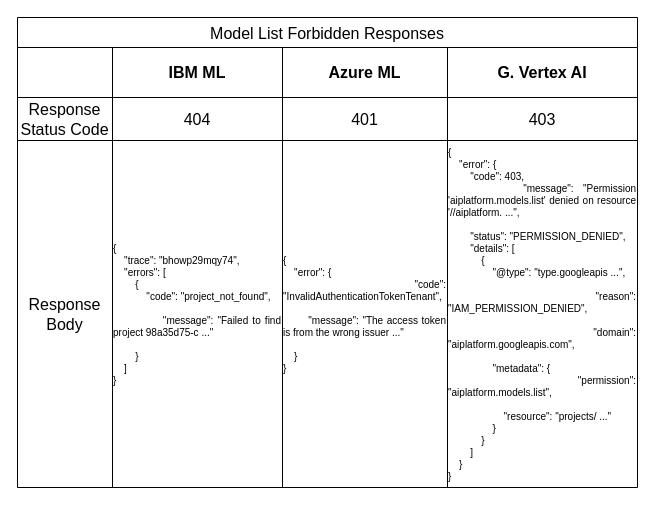
Earlier version of the draw.io diagram thematic_analysis/examples/ForbiddenResponses.drawio (ruizsalvat/Master-Project-Information-Sciences). Source tidied: cells renumbered, new cells numbered last; positions are measured from the earlier drawing's top-left corner, leaving out a move shared by most shapes. Both pictures are drawn from the tidied source at 100%, with x=0, y=0 at pixel (17, 17).
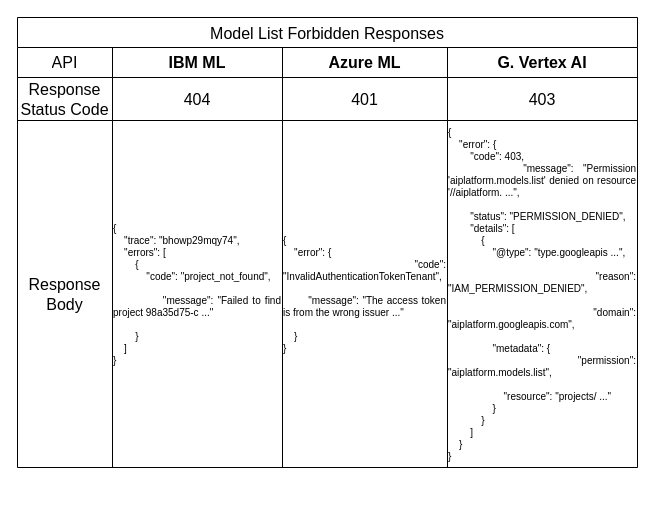
The same diagram, later.

The edit, as a diff of the source:
```diff
@@
 <mxGraphModel>
   <root>
     <mxCell id="0" />
     <mxCell id="1" parent="0" />
     <mxCell id="2" value="Model List Forbidden Responses" style="shape=table;startSize=30;childLayout=tableLayout;strokeColor=default;fontSize=16;" parent="1" vertex="1">
-      <mxGeometry width="620" height="470" as="geometry" />
+      <mxGeometry width="620" height="450" as="geometry" />
     </mxCell>
     <mxCell id="3" style="shape=tableRow;horizontal=0;startSize=0;swimlaneHead=0;swimlaneBody=0;strokeColor=inherit;top=0;left=0;bottom=0;right=0;fillColor=none;fontSize=16;" parent="2" vertex="1">
-      <mxGeometry y="30" width="620" height="50" as="geometry" />
+      <mxGeometry y="30" width="620" height="30" as="geometry" />
     </mxCell>
-    <mxCell id="4" style="shape=partialRectangle;html=1;whiteSpace=wrap;strokeColor=inherit;overflow=hidden;fillColor=none;top=0;left=0;bottom=0;right=0;fontSize=16;" parent="3" vertex="1">
-      <mxGeometry width="95" height="50" as="geometry" />
+    <mxCell id="4" value="API" style="shape=partialRectangle;html=1;whiteSpace=wrap;strokeColor=inherit;overflow=hidden;fillColor=none;top=0;left=0;bottom=0;right=0;fontSize=16;" parent="3" vertex="1">
+      <mxGeometry width="95" height="30" as="geometry" />
     </mxCell>
     <mxCell id="5" value="&lt;b&gt;IBM ML&lt;/b&gt;" style="shape=partialRectangle;html=1;whiteSpace=wrap;strokeColor=inherit;overflow=hidden;fillColor=none;top=0;left=0;bottom=0;right=0;fontSize=16;" parent="3" vertex="1">
-      <mxGeometry x="95" width="170" height="50" as="geometry" />
+      <mxGeometry x="95" width="170" height="30" as="geometry" />
     </mxCell>
     <mxCell id="6" value="&lt;b&gt;Azure ML&lt;/b&gt;" style="shape=partialRectangle;html=1;whiteSpace=wrap;strokeColor=inherit;overflow=hidden;fillColor=none;top=0;left=0;bottom=0;right=0;fontSize=16;" parent="3" vertex="1">
-      <mxGeometry x="265" width="165" height="50" as="geometry" />
+      <mxGeometry x="265" width="165" height="30" as="geometry" />
     </mxCell>
     <mxCell id="7" value="&lt;b&gt;G. Vertex AI&lt;/b&gt;" style="shape=partialRectangle;html=1;whiteSpace=wrap;strokeColor=inherit;overflow=hidden;fillColor=none;top=0;left=0;bottom=0;right=0;fontSize=16;" parent="3" vertex="1">
-      <mxGeometry x="430" width="190" height="50" as="geometry" />
+      <mxGeometry x="430" width="190" height="30" as="geometry" />
     </mxCell>
     <mxCell id="8" style="shape=tableRow;horizontal=0;startSize=0;swimlaneHead=0;swimlaneBody=0;strokeColor=inherit;top=0;left=0;bottom=0;right=0;fillColor=none;fontSize=16;" parent="2" vertex="1">
-      <mxGeometry y="80" width="620" height="43" as="geometry" />
+      <mxGeometry y="60" width="620" height="43" as="geometry" />
     </mxCell>
     <mxCell id="9" value="Response Status Code" style="shape=partialRectangle;html=1;whiteSpace=wrap;strokeColor=inherit;overflow=hidden;fillColor=none;top=0;left=0;bottom=0;right=0;fontSize=16;" parent="8" vertex="1">
       <mxGeometry width="95" height="43" as="geometry" />
     </mxCell>
     <mxCell id="10" value="404" style="shape=partialRectangle;html=1;whiteSpace=wrap;strokeColor=inherit;overflow=hidden;fillColor=none;top=0;left=0;bottom=0;right=0;fontSize=16;" parent="8" vertex="1">
       <mxGeometry x="95" width="170" height="43" as="geometry" />
     </mxCell>
     <mxCell id="11" value="401" style="shape=partialRectangle;html=1;whiteSpace=wrap;strokeColor=inherit;overflow=hidden;fillColor=none;top=0;left=0;bottom=0;right=0;fontSize=16;" parent="8" vertex="1">
       <mxGeometry x="265" width="165" height="43" as="geometry" />
     </mxCell>
     <mxCell id="12" value="403" style="shape=partialRectangle;html=1;whiteSpace=wrap;strokeColor=inherit;overflow=hidden;fillColor=none;top=0;left=0;bottom=0;right=0;fontSize=16;" parent="8" vertex="1">
       <mxGeometry x="430" width="190" height="43" as="geometry" />
     </mxCell>
     <mxCell id="13" style="shape=tableRow;horizontal=0;startSize=0;swimlaneHead=0;swimlaneBody=0;strokeColor=inherit;top=0;left=0;bottom=0;right=0;fillColor=none;fontSize=16;" parent="2" vertex="1">
-      <mxGeometry y="123" width="620" height="347" as="geometry" />
+      <mxGeometry y="103" width="620" height="347" as="geometry" />
     </mxCell>
     <mxCell id="14" value="Response Body" style="shape=partialRectangle;html=1;whiteSpace=wrap;strokeColor=inherit;overflow=hidden;fillColor=none;top=0;left=0;bottom=0;right=0;fontSize=16;" parent="13" vertex="1">
       <mxGeometry width="95" height="347" as="geometry" />
     </mxCell>
     <mxCell id="15" value="&lt;div style=&quot;text-align: justify; font-size: 10px;&quot;&gt;&lt;font style=&quot;font-size: 10px;&quot;&gt;{&lt;/font&gt;&lt;/div&gt;&lt;div style=&quot;text-align: justify; font-size: 10px;&quot;&gt;&lt;font style=&quot;font-size: 10px;&quot;&gt;&amp;nbsp; &amp;nbsp; &quot;trace&quot;: &quot;bhowp29mqy74&quot;,&lt;/font&gt;&lt;/div&gt;&lt;div style=&quot;text-align: justify; font-size: 10px;&quot;&gt;&lt;font style=&quot;font-size: 10px;&quot;&gt;&amp;nbsp; &amp;nbsp; &quot;errors&quot;: [&lt;/font&gt;&lt;/div&gt;&lt;div style=&quot;text-align: justify; font-size: 10px;&quot;&gt;&lt;font style=&quot;font-size: 10px;&quot;&gt;&amp;nbsp; &amp;nbsp; &amp;nbsp; &amp;nbsp; {&lt;/font&gt;&lt;/div&gt;&lt;div style=&quot;text-align: justify; font-size: 10px;&quot;&gt;&lt;font style=&quot;font-size: 10px;&quot;&gt;&amp;nbsp; &amp;nbsp; &amp;nbsp; &amp;nbsp; &amp;nbsp; &amp;nbsp; &quot;code&quot;: &quot;project_not_found&quot;,&lt;/font&gt;&lt;/div&gt;&lt;div style=&quot;text-align: justify; font-size: 10px;&quot;&gt;&lt;font style=&quot;font-size: 10px;&quot;&gt;&lt;br&gt;&lt;/font&gt;&lt;/div&gt;&lt;div style=&quot;text-align: justify; font-size: 10px;&quot;&gt;&lt;font style=&quot;font-size: 10px;&quot;&gt;&amp;nbsp; &amp;nbsp; &amp;nbsp; &amp;nbsp; &amp;nbsp; &amp;nbsp; &quot;message&quot;: &quot;Failed to find project 98a35d75-c ...&quot;&lt;/font&gt;&lt;/div&gt;&lt;div style=&quot;text-align: justify; font-size: 10px;&quot;&gt;&lt;font style=&quot;font-size: 10px;&quot;&gt;&lt;br&gt;&lt;/font&gt;&lt;/div&gt;&lt;div style=&quot;text-align: justify; font-size: 10px;&quot;&gt;&lt;font style=&quot;font-size: 10px;&quot;&gt;&amp;nbsp; &amp;nbsp; &amp;nbsp; &amp;nbsp; }&lt;/font&gt;&lt;/div&gt;&lt;div style=&quot;text-align: justify; font-size: 10px;&quot;&gt;&lt;font style=&quot;font-size: 10px;&quot;&gt;&amp;nbsp; &amp;nbsp; ]&lt;/font&gt;&lt;/div&gt;&lt;div style=&quot;text-align: justify; font-size: 10px;&quot;&gt;&lt;font style=&quot;font-size: 10px;&quot;&gt;}&lt;/font&gt;&lt;/div&gt;" style="shape=partialRectangle;html=1;whiteSpace=wrap;strokeColor=inherit;overflow=hidden;fillColor=none;top=0;left=0;bottom=0;right=0;fontSize=16;" parent="13" vertex="1">
       <mxGeometry x="95" width="170" height="347" as="geometry" />
     </mxCell>
     <mxCell id="16" value="&lt;div style=&quot;text-align: justify; font-size: 10px;&quot;&gt;&lt;font style=&quot;font-size: 10px;&quot;&gt;{&lt;/font&gt;&lt;/div&gt;&lt;div style=&quot;text-align: justify; font-size: 10px;&quot;&gt;&lt;font style=&quot;font-size: 10px;&quot;&gt;&amp;nbsp; &amp;nbsp; &quot;error&quot;: {&lt;/font&gt;&lt;/div&gt;&lt;div style=&quot;text-align: justify; font-size: 10px;&quot;&gt;&lt;font style=&quot;font-size: 10px;&quot;&gt;&amp;nbsp; &amp;nbsp; &amp;nbsp; &amp;nbsp; &quot;code&quot;: &quot;InvalidAuthenticationTokenTenant&quot;,&lt;/font&gt;&lt;/div&gt;&lt;div style=&quot;text-align: justify; font-size: 10px;&quot;&gt;&lt;font style=&quot;font-size: 10px;&quot;&gt;&amp;nbsp;&lt;/font&gt;&lt;/div&gt;&lt;div style=&quot;text-align: justify; font-size: 10px;&quot;&gt;&lt;font style=&quot;font-size: 10px;&quot;&gt;&amp;nbsp;&amp;nbsp; &amp;nbsp; &amp;nbsp; &quot;message&quot;: &quot;The access token is from the wrong issuer ...&quot;&lt;/font&gt;&lt;/div&gt;&lt;div style=&quot;text-align: justify; font-size: 10px;&quot;&gt;&lt;font style=&quot;font-size: 10px;&quot;&gt;&lt;br&gt;&lt;/font&gt;&lt;/div&gt;&lt;div style=&quot;text-align: justify; font-size: 10px;&quot;&gt;&lt;font style=&quot;font-size: 10px;&quot;&gt;&amp;nbsp; &amp;nbsp; }&lt;/font&gt;&lt;/div&gt;&lt;div style=&quot;text-align: justify; font-size: 10px;&quot;&gt;&lt;font style=&quot;font-size: 10px;&quot;&gt;}&lt;/font&gt;&lt;/div&gt;" style="shape=partialRectangle;html=1;whiteSpace=wrap;strokeColor=inherit;overflow=hidden;fillColor=none;top=0;left=0;bottom=0;right=0;fontSize=16;" parent="13" vertex="1">
       <mxGeometry x="265" width="165" height="347" as="geometry" />
     </mxCell>
     <mxCell id="17" value="&lt;div style=&quot;text-align: justify; font-size: 10px;&quot;&gt;&lt;font style=&quot;font-size: 10px;&quot;&gt;{&lt;/font&gt;&lt;/div&gt;&lt;div style=&quot;text-align: justify; font-size: 10px;&quot;&gt;&lt;font style=&quot;font-size: 10px;&quot;&gt;&amp;nbsp; &amp;nbsp; &quot;error&quot;: {&lt;/font&gt;&lt;/div&gt;&lt;div style=&quot;text-align: justify; font-size: 10px;&quot;&gt;&lt;font style=&quot;font-size: 10px;&quot;&gt;&amp;nbsp; &amp;nbsp; &amp;nbsp; &amp;nbsp; &quot;code&quot;: 403,&lt;/font&gt;&lt;/div&gt;&lt;div style=&quot;text-align: justify; font-size: 10px;&quot;&gt;&lt;font style=&quot;font-size: 10px;&quot;&gt;&amp;nbsp; &amp;nbsp; &amp;nbsp; &amp;nbsp; &quot;message&quot;: &quot;Permission 'aiplatform.models.list' denied on resource '//aiplatform. ...&quot;,&lt;/font&gt;&lt;/div&gt;&lt;div style=&quot;text-align: justify; font-size: 10px;&quot;&gt;&lt;font style=&quot;font-size: 10px;&quot;&gt;&lt;br&gt;&lt;/font&gt;&lt;/div&gt;&lt;div style=&quot;text-align: justify; font-size: 10px;&quot;&gt;&lt;font style=&quot;font-size: 10px;&quot;&gt;&amp;nbsp; &amp;nbsp; &amp;nbsp; &amp;nbsp; &quot;status&quot;: &quot;PERMISSION_DENIED&quot;,&lt;/font&gt;&lt;/div&gt;&lt;div style=&quot;text-align: justify; font-size: 10px;&quot;&gt;&lt;font style=&quot;font-size: 10px;&quot;&gt;&amp;nbsp; &amp;nbsp; &amp;nbsp; &amp;nbsp; &quot;details&quot;: [&lt;/font&gt;&lt;/div&gt;&lt;div style=&quot;text-align: justify; font-size: 10px;&quot;&gt;&lt;font style=&quot;font-size: 10px;&quot;&gt;&amp;nbsp; &amp;nbsp; &amp;nbsp; &amp;nbsp; &amp;nbsp; &amp;nbsp; {&lt;/font&gt;&lt;/div&gt;&lt;div style=&quot;text-align: justify; font-size: 10px;&quot;&gt;&lt;font style=&quot;font-size: 10px;&quot;&gt;&amp;nbsp; &amp;nbsp; &amp;nbsp; &amp;nbsp; &amp;nbsp; &amp;nbsp; &amp;nbsp; &amp;nbsp; &quot;@type&quot;: &quot;type.googleapis ...&quot;,&lt;/font&gt;&lt;/div&gt;&lt;div style=&quot;text-align: justify; font-size: 10px;&quot;&gt;&lt;font style=&quot;font-size: 10px;&quot;&gt;&lt;br&gt;&lt;/font&gt;&lt;/div&gt;&lt;div style=&quot;text-align: justify; font-size: 10px;&quot;&gt;&lt;font style=&quot;font-size: 10px;&quot;&gt;&amp;nbsp; &amp;nbsp; &amp;nbsp; &amp;nbsp; &amp;nbsp; &amp;nbsp; &amp;nbsp; &amp;nbsp; &quot;reason&quot;: &quot;IAM_PERMISSION_DENIED&quot;,&lt;/font&gt;&lt;/div&gt;&lt;div style=&quot;text-align: justify; font-size: 10px;&quot;&gt;&lt;font style=&quot;font-size: 10px;&quot;&gt;&lt;br&gt;&lt;/font&gt;&lt;/div&gt;&lt;div style=&quot;text-align: justify; font-size: 10px;&quot;&gt;&lt;font style=&quot;font-size: 10px;&quot;&gt;&amp;nbsp; &amp;nbsp; &amp;nbsp; &amp;nbsp; &amp;nbsp; &amp;nbsp; &amp;nbsp; &amp;nbsp; &quot;domain&quot;: &quot;aiplatform.googleapis.com&quot;,&lt;/font&gt;&lt;/div&gt;&lt;div style=&quot;text-align: justify; font-size: 10px;&quot;&gt;&lt;font style=&quot;font-size: 10px;&quot;&gt;&lt;br&gt;&lt;/font&gt;&lt;/div&gt;&lt;div style=&quot;text-align: justify; font-size: 10px;&quot;&gt;&lt;font style=&quot;font-size: 10px;&quot;&gt;&amp;nbsp; &amp;nbsp; &amp;nbsp; &amp;nbsp; &amp;nbsp; &amp;nbsp; &amp;nbsp; &amp;nbsp; &quot;metadata&quot;: {&lt;/font&gt;&lt;/div&gt;&lt;div style=&quot;text-align: justify; font-size: 10px;&quot;&gt;&lt;font style=&quot;font-size: 10px;&quot;&gt;&amp;nbsp; &amp;nbsp; &amp;nbsp; &amp;nbsp; &amp;nbsp; &amp;nbsp; &amp;nbsp; &amp;nbsp; &amp;nbsp; &amp;nbsp; &quot;permission&quot;: &quot;aiplatform.models.list&quot;,&lt;/font&gt;&lt;/div&gt;&lt;div style=&quot;text-align: justify; font-size: 10px;&quot;&gt;&lt;font style=&quot;font-size: 10px;&quot;&gt;&lt;br&gt;&lt;/font&gt;&lt;/div&gt;&lt;div style=&quot;text-align: justify; font-size: 10px;&quot;&gt;&lt;font style=&quot;font-size: 10px;&quot;&gt;&amp;nbsp; &amp;nbsp; &amp;nbsp; &amp;nbsp; &amp;nbsp; &amp;nbsp; &amp;nbsp; &amp;nbsp; &amp;nbsp; &amp;nbsp; &quot;resource&quot;: &quot;projects/ ...&quot;&lt;/font&gt;&lt;/div&gt;&lt;div style=&quot;text-align: justify; font-size: 10px;&quot;&gt;&lt;font style=&quot;font-size: 10px;&quot;&gt;&amp;nbsp; &amp;nbsp; &amp;nbsp; &amp;nbsp; &amp;nbsp; &amp;nbsp; &amp;nbsp; &amp;nbsp; }&lt;/font&gt;&lt;/div&gt;&lt;div style=&quot;text-align: justify; font-size: 10px;&quot;&gt;&lt;font style=&quot;font-size: 10px;&quot;&gt;&amp;nbsp; &amp;nbsp; &amp;nbsp; &amp;nbsp; &amp;nbsp; &amp;nbsp; }&lt;/font&gt;&lt;/div&gt;&lt;div style=&quot;text-align: justify; font-size: 10px;&quot;&gt;&lt;font style=&quot;font-size: 10px;&quot;&gt;&amp;nbsp; &amp;nbsp; &amp;nbsp; &amp;nbsp; ]&lt;/font&gt;&lt;/div&gt;&lt;div style=&quot;text-align: justify; font-size: 10px;&quot;&gt;&lt;font style=&quot;font-size: 10px;&quot;&gt;&amp;nbsp; &amp;nbsp; }&lt;/font&gt;&lt;/div&gt;&lt;div style=&quot;text-align: justify; font-size: 10px;&quot;&gt;&lt;font style=&quot;font-size: 10px;&quot;&gt;}&lt;/font&gt;&lt;/div&gt;" style="shape=partialRectangle;html=1;whiteSpace=wrap;strokeColor=inherit;overflow=hidden;fillColor=none;top=0;left=0;bottom=0;right=0;fontSize=16;" parent="13" vertex="1">
       <mxGeometry x="430" width="190" height="347" as="geometry" />
     </mxCell>
   </root>
 </mxGraphModel>
```
